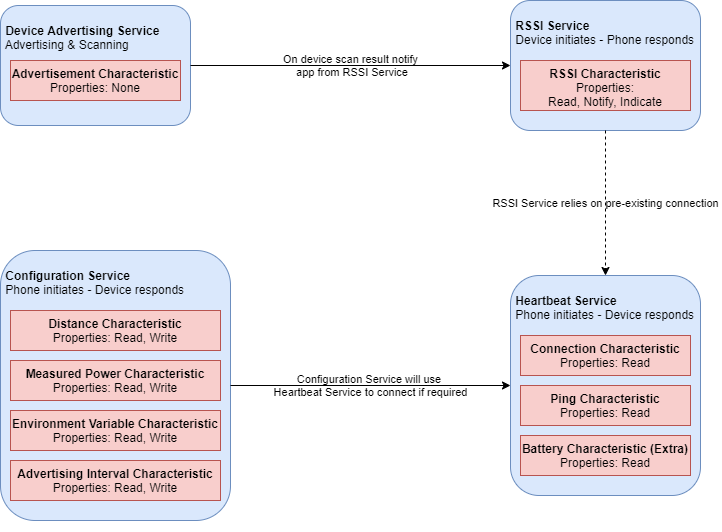
The draw.io diagram images/protocol_design.png in RyWilliamson/Keep-Your-Distance, before a commit. Source tidied: cells renumbered, new cells last; positions are measured from the earlier drawing's top-left corner, leaving out a move shared by most shapes.
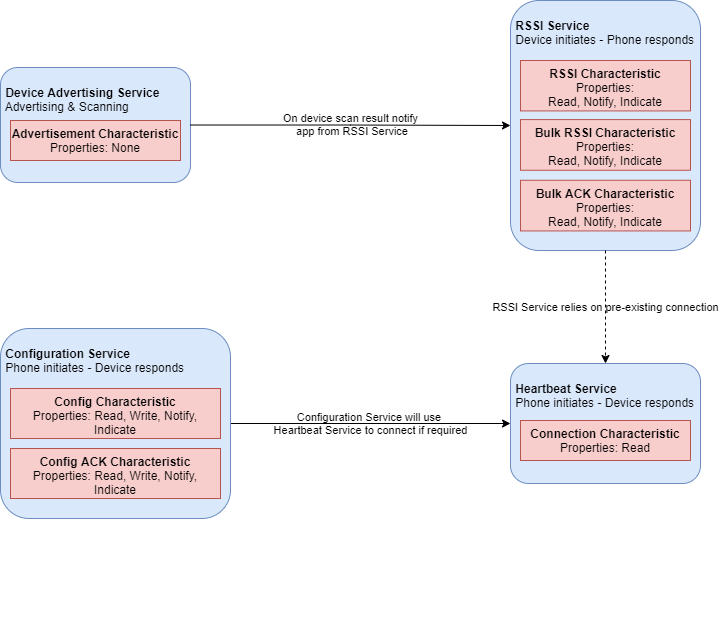
After the commit.

Commit message:
Updated characteristic design diagram.

Diff of the diagram source:
```diff
@@ -3,62 +3,56 @@
     <mxCell id="0" />
     <mxCell id="1" parent="0" />
     <mxCell id="2" style="group;" parent="1" vertex="1">
-      <mxGeometry width="720" height="530" as="geometry" />
+      <mxGeometry width="720" height="630" as="geometry" />
     </mxCell>
     <mxCell id="3" style="rounded=0;whiteSpace=wrap;html=1;shadow=0;glass=0;sketch=0;align=left;strokeColor=none;" parent="2" vertex="1">
       <mxGeometry width="720" height="530" as="geometry" />
     </mxCell>
     <mxCell id="4" value="&lt;p style=&quot;line-height: 120%&quot;&gt;&amp;nbsp;Device Advertising Service&lt;br&gt;&lt;span style=&quot;font-weight: normal&quot;&gt;&amp;nbsp;Advertising &amp;amp; Scanning&lt;/span&gt;&lt;/p&gt;" style="rounded=1;whiteSpace=wrap;html=1;align=left;labelPosition=center;verticalLabelPosition=middle;verticalAlign=top;fillColor=#dae8fc;strokeColor=#6c8ebf;shadow=0;sketch=0;glass=0;fontStyle=1;" parent="2" vertex="1">
-      <mxGeometry y="5" width="190" height="120" as="geometry" />
+      <mxGeometry y="67" width="190" height="115" as="geometry" />
     </mxCell>
     <mxCell id="5" value="&lt;b&gt;Advertisement Characteristic&lt;/b&gt;&lt;br&gt;Properties: None" style="rounded=0;whiteSpace=wrap;html=1;shadow=0;glass=0;sketch=0;align=center;fillColor=#f8cecc;strokeColor=#b85450;verticalAlign=top;" parent="2" vertex="1">
-      <mxGeometry x="10" y="60" width="170" height="40" as="geometry" />
+      <mxGeometry x="10" y="120" width="170" height="40" as="geometry" />
     </mxCell>
+    <mxCell id="20" value="&#10;&#10;&lt;span style=&quot;color: rgb(0, 0, 0); font-family: helvetica; font-size: 11px; font-style: normal; font-weight: 400; letter-spacing: normal; text-align: center; text-indent: 0px; text-transform: none; word-spacing: 0px; display: inline; float: none;&quot;&gt;Configuration Service will use&lt;span&gt;&amp;nbsp;&lt;/span&gt;&lt;/span&gt;&lt;br style=&quot;color: rgb(0, 0, 0); font-family: helvetica; font-size: 11px; font-style: normal; font-weight: 400; letter-spacing: normal; text-align: center; text-indent: 0px; text-transform: none; word-spacing: 0px;&quot;&gt;&lt;span style=&quot;color: rgb(0, 0, 0); font-family: helvetica; font-size: 11px; font-style: normal; font-weight: 400; letter-spacing: normal; text-align: center; text-indent: 0px; text-transform: none; word-spacing: 0px; display: inline; float: none;&quot;&gt;Heartbeat Service to connect if required&lt;/span&gt;&#10;&#10;" style="edgeStyle=orthogonalEdgeStyle;rounded=1;jumpStyle=none;jettySize=auto;html=1;exitX=1;exitY=0.5;exitDx=0;exitDy=0;entryX=0;entryY=0.5;entryDx=0;entryDy=0;strokeColor=#000000;labelBackgroundColor=none;" parent="2" edge="1" source="7" target="16">
+      <mxGeometry relative="1" as="geometry" />
+    </mxCell>
     <mxCell id="6" style="group;" parent="2" vertex="1">
-      <mxGeometry y="250" width="230" height="270" as="geometry" />
+      <mxGeometry y="328" width="230" height="270" as="geometry" />
     </mxCell>
     <mxCell id="7" value="&lt;p style=&quot;line-height: 120%&quot;&gt;&amp;nbsp;Configuration Service&lt;br&gt;&lt;span style=&quot;font-weight: normal&quot;&gt;&amp;nbsp;Phone initiates - Device responds&lt;/span&gt;&lt;/p&gt;" style="rounded=1;whiteSpace=wrap;html=1;align=left;labelPosition=center;verticalLabelPosition=middle;verticalAlign=top;fillColor=#dae8fc;strokeColor=#6c8ebf;shadow=0;sketch=0;glass=0;fontStyle=1;" parent="6" vertex="1">
-      <mxGeometry width="230" height="270" as="geometry" />
+      <mxGeometry width="230" height="190" as="geometry" />
     </mxCell>
-    <mxCell id="8" value="&lt;b&gt;Distance Characteristic&lt;br&gt;&lt;/b&gt;Properties: Read, Write" style="rounded=0;whiteSpace=wrap;html=1;shadow=0;glass=0;sketch=0;align=center;fillColor=#f8cecc;strokeColor=#b85450;verticalAlign=top;" parent="6" vertex="1">
-      <mxGeometry x="10" y="60" width="210" height="40" as="geometry" />
+    <mxCell id="8" value="&lt;b&gt;Config Characteristic&lt;br&gt;&lt;/b&gt;Properties: Read, Write, Notify, Indicate" style="rounded=0;whiteSpace=wrap;html=1;shadow=0;glass=0;sketch=0;align=center;fillColor=#f8cecc;strokeColor=#b85450;verticalAlign=top;" parent="6" vertex="1">
+      <mxGeometry x="10" y="60" width="210" height="50" as="geometry" />
     </mxCell>
-    <mxCell id="9" value="&lt;b&gt;Measured Power Characteristic&lt;br&gt;&lt;/b&gt;Properties: Read, Write" style="rounded=0;whiteSpace=wrap;html=1;shadow=0;glass=0;sketch=0;align=center;fillColor=#f8cecc;strokeColor=#b85450;verticalAlign=top;" parent="6" vertex="1">
-      <mxGeometry x="10" y="110" width="210" height="40" as="geometry" />
-    </mxCell>
-    <mxCell id="10" value="&lt;b&gt;Environment Variable Characteristic&lt;br&gt;&lt;/b&gt;Properties: Read, Write" style="rounded=0;whiteSpace=wrap;html=1;shadow=0;glass=0;sketch=0;align=center;fillColor=#f8cecc;strokeColor=#b85450;verticalAlign=top;" parent="6" vertex="1">
-      <mxGeometry x="10" y="160" width="210" height="40" as="geometry" />
-    </mxCell>
-    <mxCell id="11" value="&lt;b&gt;Advertising Interval Characteristic&lt;br&gt;&lt;/b&gt;Properties: Read, Write" style="rounded=0;whiteSpace=wrap;html=1;shadow=0;glass=0;sketch=0;align=center;fillColor=#f8cecc;strokeColor=#b85450;verticalAlign=top;" parent="6" vertex="1">
-      <mxGeometry x="10" y="210" width="210" height="40" as="geometry" />
-    </mxCell>
+    <mxCell id="23" value="&lt;b&gt;Config ACK Characteristic&lt;br&gt;&lt;/b&gt;Properties: Read, Write, Notify, Indicate" style="rounded=0;whiteSpace=wrap;html=1;shadow=0;glass=0;sketch=0;align=center;fillColor=#f8cecc;strokeColor=#b85450;verticalAlign=top;" parent="6" vertex="1">
+      <mxGeometry x="10" y="120" width="210" height="50" as="geometry" />
+    </mxCell>
+    <mxCell id="16" value="&lt;p style=&quot;line-height: 120%&quot;&gt;&amp;nbsp;Heartbeat Service&lt;br&gt;&amp;nbsp;&lt;span style=&quot;font-weight: normal&quot;&gt;Phone initiates - Device responds&lt;/span&gt;&lt;/p&gt;" style="rounded=1;whiteSpace=wrap;html=1;align=left;labelPosition=center;verticalLabelPosition=middle;verticalAlign=top;fillColor=#dae8fc;strokeColor=#6c8ebf;shadow=0;sketch=0;glass=0;fontStyle=1;" parent="2" vertex="1">
+      <mxGeometry x="510" y="363" width="190" height="120" as="geometry" />
+    </mxCell>
+    <mxCell id="24" style="edgeStyle=orthogonalEdgeStyle;rounded=0;orthogonalLoop=1;jettySize=auto;html=1;exitX=0.5;exitY=1;exitDx=0;exitDy=0;" parent="2" edge="1" source="16" target="16">
+      <mxGeometry relative="1" as="geometry" />
+    </mxCell>
+    <mxCell id="17" value="&lt;b&gt;Connection Characteristic&lt;br&gt;&lt;div&gt;&lt;span style=&quot;font-weight: normal&quot;&gt;Properties: Read&lt;/span&gt;&lt;/div&gt;&lt;/b&gt;" style="rounded=0;whiteSpace=wrap;html=1;shadow=0;glass=0;sketch=0;align=center;fillColor=#f8cecc;strokeColor=#b85450;verticalAlign=top;" parent="2" vertex="1">
+      <mxGeometry x="520" y="420" width="170" height="40" as="geometry" />
+    </mxCell>
     <mxCell id="12" style="group;" parent="1" vertex="1">
-      <mxGeometry x="510" width="190" height="130" as="geometry" />
+      <mxGeometry x="510" width="190" height="260" as="geometry" />
     </mxCell>
     <mxCell id="13" value="&lt;p style=&quot;line-height: 120%&quot;&gt;&amp;nbsp;RSSI Service&lt;br&gt;&lt;span style=&quot;font-weight: normal&quot;&gt;&amp;nbsp;Device initiates - Phone responds&lt;/span&gt;&lt;/p&gt;" style="rounded=1;whiteSpace=wrap;html=1;align=left;labelPosition=center;verticalLabelPosition=middle;verticalAlign=top;fillColor=#dae8fc;strokeColor=#6c8ebf;shadow=0;sketch=0;glass=0;fontStyle=1;" parent="12" vertex="1">
-      <mxGeometry width="190" height="130" as="geometry" />
+      <mxGeometry width="190" height="250" as="geometry" />
     </mxCell>
     <mxCell id="14" value="&lt;b&gt;RSSI Characteristic&lt;br&gt;&lt;div&gt;&lt;span style=&quot;font-weight: normal&quot;&gt;Properties:&lt;br&gt;Read, Notify, Indicate&lt;/span&gt;&lt;/div&gt;&lt;/b&gt;" style="rounded=0;whiteSpace=wrap;html=1;shadow=0;glass=0;sketch=0;align=center;fillColor=#f8cecc;strokeColor=#b85450;verticalAlign=top;" parent="12" vertex="1">
-      <mxGeometry x="10" y="60" width="170" height="50" as="geometry" />
+      <mxGeometry x="10" y="60" width="170" height="50.4" as="geometry" />
     </mxCell>
-    <mxCell id="15" style="group;" parent="1" vertex="1">
-      <mxGeometry x="510" y="275" width="190" height="220" as="geometry" />
-    </mxCell>
-    <mxCell id="16" value="&lt;p style=&quot;line-height: 120%&quot;&gt;&amp;nbsp;Heartbeat Service&lt;br&gt;&amp;nbsp;&lt;span style=&quot;font-weight: normal&quot;&gt;Phone initiates - Device responds&lt;/span&gt;&lt;/p&gt;" style="rounded=1;whiteSpace=wrap;html=1;align=left;labelPosition=center;verticalLabelPosition=middle;verticalAlign=top;fillColor=#dae8fc;strokeColor=#6c8ebf;shadow=0;sketch=0;glass=0;fontStyle=1;" parent="15" vertex="1">
-      <mxGeometry width="190" height="220" as="geometry" />
-    </mxCell>
-    <mxCell id="17" value="&lt;b&gt;Connection Characteristic&lt;br&gt;&lt;div&gt;&lt;span style=&quot;font-weight: normal&quot;&gt;Properties: Read&lt;/span&gt;&lt;/div&gt;&lt;/b&gt;" style="rounded=0;whiteSpace=wrap;html=1;shadow=0;glass=0;sketch=0;align=center;fillColor=#f8cecc;strokeColor=#b85450;verticalAlign=top;" parent="15" vertex="1">
-      <mxGeometry x="10" y="60" width="170" height="40" as="geometry" />
-    </mxCell>
-    <mxCell id="18" value="&lt;b&gt;Ping Characteristic&lt;br&gt;&lt;div&gt;&lt;span style=&quot;font-weight: normal&quot;&gt;Properties: Read&lt;/span&gt;&lt;/div&gt;&lt;/b&gt;" style="rounded=0;whiteSpace=wrap;html=1;shadow=0;glass=0;sketch=0;align=center;fillColor=#f8cecc;strokeColor=#b85450;verticalAlign=top;" parent="15" vertex="1">
-      <mxGeometry x="10" y="110" width="170" height="40" as="geometry" />
-    </mxCell>
-    <mxCell id="19" value="&lt;b&gt;Battery Characteristic (Extra)&lt;br&gt;&lt;div&gt;&lt;span style=&quot;font-weight: normal&quot;&gt;Properties: Read&lt;/span&gt;&lt;/div&gt;&lt;/b&gt;" style="rounded=0;whiteSpace=wrap;html=1;shadow=0;glass=0;sketch=0;align=center;fillColor=#f8cecc;strokeColor=#b85450;verticalAlign=top;" parent="15" vertex="1">
-      <mxGeometry x="10" y="160" width="170" height="40" as="geometry" />
-    </mxCell>
-    <mxCell id="20" value="&#10;&#10;&lt;span style=&quot;color: rgb(0, 0, 0); font-family: helvetica; font-size: 11px; font-style: normal; font-weight: 400; letter-spacing: normal; text-align: center; text-indent: 0px; text-transform: none; word-spacing: 0px; display: inline; float: none;&quot;&gt;Configuration Service will use&lt;span&gt;&amp;nbsp;&lt;/span&gt;&lt;/span&gt;&lt;br style=&quot;color: rgb(0, 0, 0); font-family: helvetica; font-size: 11px; font-style: normal; font-weight: 400; letter-spacing: normal; text-align: center; text-indent: 0px; text-transform: none; word-spacing: 0px;&quot;&gt;&lt;span style=&quot;color: rgb(0, 0, 0); font-family: helvetica; font-size: 11px; font-style: normal; font-weight: 400; letter-spacing: normal; text-align: center; text-indent: 0px; text-transform: none; word-spacing: 0px; display: inline; float: none;&quot;&gt;Heartbeat Service to connect if required&lt;/span&gt;&#10;&#10;" style="edgeStyle=orthogonalEdgeStyle;rounded=1;jumpStyle=none;jettySize=auto;html=1;exitX=1;exitY=0.5;exitDx=0;exitDy=0;entryX=0;entryY=0.5;entryDx=0;entryDy=0;strokeColor=#000000;labelBackgroundColor=none;" parent="1" edge="1" source="7" target="16">
-      <mxGeometry relative="1" as="geometry" />
-    </mxCell>
+    <mxCell id="25" value="&lt;b&gt;Bulk ACK Characteristic&lt;br&gt;&lt;div&gt;&lt;span style=&quot;font-weight: normal&quot;&gt;Properties:&lt;br&gt;Read, Notify, Indicate&lt;/span&gt;&lt;/div&gt;&lt;/b&gt;" style="rounded=0;whiteSpace=wrap;html=1;shadow=0;glass=0;sketch=0;align=center;fillColor=#f8cecc;strokeColor=#b85450;verticalAlign=top;" parent="12" vertex="1">
+      <mxGeometry x="10" y="179.8" width="170" height="50.7" as="geometry" />
+    </mxCell>
+    <mxCell id="26" value="&lt;b&gt;Bulk RSSI Characteristic&lt;br&gt;&lt;div&gt;&lt;span style=&quot;font-weight: normal&quot;&gt;Properties:&lt;br&gt;Read, Notify, Indicate&lt;/span&gt;&lt;/div&gt;&lt;/b&gt;" style="rounded=0;whiteSpace=wrap;html=1;shadow=0;glass=0;sketch=0;align=center;fillColor=#f8cecc;strokeColor=#b85450;verticalAlign=top;" parent="12" vertex="1">
+      <mxGeometry x="10" y="119.1" width="170" height="50.7" as="geometry" />
+    </mxCell>
     <mxCell id="21" value="&#10;&#10;&lt;span style=&quot;color: rgb(0, 0, 0); font-family: helvetica; font-size: 11px; font-style: normal; font-weight: 400; letter-spacing: normal; text-align: center; text-indent: 0px; text-transform: none; word-spacing: 0px; display: inline; float: none;&quot;&gt;RSSI Service relies on pre-existing connection&lt;/span&gt;&#10;&#10;" style="edgeStyle=orthogonalEdgeStyle;rounded=1;jumpStyle=none;jettySize=auto;html=1;exitX=0.5;exitY=1;exitDx=0;exitDy=0;entryX=0.5;entryY=0;entryDx=0;entryDy=0;strokeColor=#000000;dashed=1;verticalAlign=middle;labelBackgroundColor=none;" parent="1" edge="1" source="13" target="16">
       <mxGeometry relative="1" as="geometry" />
     </mxCell>
```
